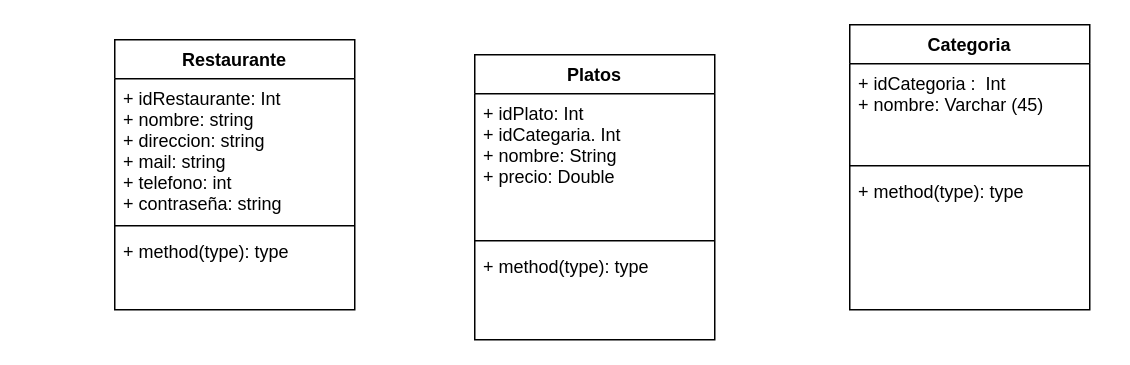
Above: DiagramaMvcResto/Diagrama.dio in alex171615/MVCResto-1 (draw.io), before the change. Source tidied: cells renumbered, new cells numbered last; positions are measured from the earlier drawing's top-left corner, leaving out a move shared by most shapes. Both pictures are drawn from the tidied source at 150%, with x=0, y=0 at pixel (114, 24).
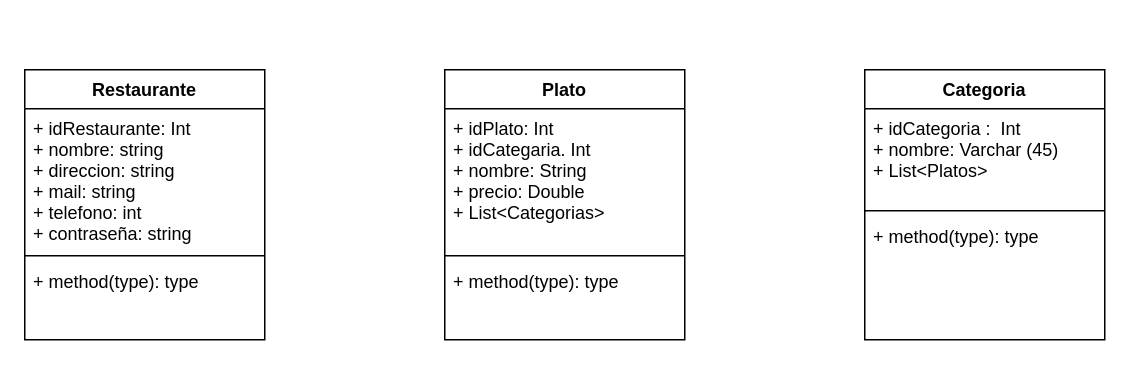
The same page after the edit.

What changed in the source:
```diff
@@
 <mxGraphModel>
   <root>
     <mxCell id="0" />
     <mxCell id="1" parent="0" />
-    <mxCell id="2" value="Platos" style="swimlane;fontStyle=1;align=center;verticalAlign=top;horizontal=1;startSize=26;" parent="1" vertex="1">
-      <mxGeometry x="240" y="20" width="160" height="190" as="geometry" />
+    <mxCell id="2" value="Plato" style="swimlane;fontStyle=1;align=center;verticalAlign=top;horizontal=1;startSize=26;" parent="1" vertex="1">
+      <mxGeometry x="220" y="30" width="160" height="180" as="geometry" />
     </mxCell>
-    <mxCell id="3" value="+ idPlato: Int &#10;+ idCategaria. Int &#10;+ nombre: String&#10;+ precio: Double&#10;" style="text;strokeColor=none;fillColor=none;align=left;verticalAlign=top;spacingLeft=4;spacingRight=4;overflow=hidden;" parent="2" vertex="1">
+    <mxCell id="3" value="+ idPlato: Int &#10;+ idCategaria. Int &#10;+ nombre: String&#10;+ precio: Double&#10;+ List&lt;Categorias&gt;" style="text;strokeColor=none;fillColor=none;align=left;verticalAlign=top;spacingLeft=4;spacingRight=4;overflow=hidden;" parent="2" vertex="1">
       <mxGeometry y="26" width="160" height="94" as="geometry" />
     </mxCell>
     <mxCell id="4" style="line;strokeWidth=1;fillColor=none;align=left;verticalAlign=middle;spacingTop=-1;spacingLeft=3;spacingRight=3;labelPosition=right;" parent="2" vertex="1">
       <mxGeometry y="120" width="160" height="8" as="geometry" />
     </mxCell>
     <mxCell id="5" value="+ method(type): type" style="text;strokeColor=none;fillColor=none;align=left;verticalAlign=top;spacingLeft=4;spacingRight=4;overflow=hidden;" parent="2" vertex="1">
-      <mxGeometry y="128" width="160" height="62" as="geometry" />
+      <mxGeometry y="128" width="160" height="52" as="geometry" />
     </mxCell>
     <mxCell id="6" value="Categoria" style="swimlane;fontStyle=1;align=center;verticalAlign=top;horizontal=1;startSize=26;" parent="1" vertex="1">
-      <mxGeometry x="490" width="160" height="190" as="geometry" />
+      <mxGeometry x="500" y="30" width="160" height="180" as="geometry" />
     </mxCell>
-    <mxCell id="7" value="+ idCategoria :  Int&#10;+ nombre: Varchar (45)" style="text;strokeColor=none;fillColor=none;align=left;verticalAlign=top;spacingLeft=4;spacingRight=4;overflow=hidden;" parent="6" vertex="1">
+    <mxCell id="7" value="+ idCategoria :  Int&#10;+ nombre: Varchar (45)&#10;+ List&lt;Platos&gt;" style="text;strokeColor=none;fillColor=none;align=left;verticalAlign=top;spacingLeft=4;spacingRight=4;overflow=hidden;" parent="6" vertex="1">
       <mxGeometry y="26" width="160" height="64" as="geometry" />
     </mxCell>
     <mxCell id="8" style="line;strokeWidth=1;fillColor=none;align=left;verticalAlign=middle;spacingTop=-1;spacingLeft=3;spacingRight=3;labelPosition=right;" parent="6" vertex="1">
       <mxGeometry y="90" width="160" height="8" as="geometry" />
     </mxCell>
     <mxCell id="9" value="+ method(type): type" style="text;strokeColor=none;fillColor=none;align=left;verticalAlign=top;spacingLeft=4;spacingRight=4;overflow=hidden;" parent="6" vertex="1">
-      <mxGeometry y="98" width="160" height="92" as="geometry" />
+      <mxGeometry y="98" width="160" height="82" as="geometry" />
     </mxCell>
     <mxCell id="10" value="Restaurante" style="swimlane;fontStyle=1;align=center;verticalAlign=top;horizontal=1;startSize=26;" parent="1" vertex="1">
-      <mxGeometry y="10" width="160" height="180" as="geometry" />
+      <mxGeometry x="-60" y="30" width="160" height="180" as="geometry" />
     </mxCell>
     <mxCell id="11" value="+ idRestaurante: Int &#10;+ nombre: string&#10;+ direccion: string&#10;+ mail: string&#10;+ telefono: int&#10;+ contraseña: string&#10;" style="text;strokeColor=none;fillColor=none;align=left;verticalAlign=top;spacingLeft=4;spacingRight=4;overflow=hidden;" parent="10" vertex="1">
       <mxGeometry y="26" width="160" height="94" as="geometry" />
     </mxCell>
     <mxCell id="12" style="line;strokeWidth=1;fillColor=none;align=left;verticalAlign=middle;spacingTop=-1;spacingLeft=3;spacingRight=3;labelPosition=right;" parent="10" vertex="1">
       <mxGeometry y="120" width="160" height="8" as="geometry" />
     </mxCell>
     <mxCell id="13" value="+ method(type): type" style="text;strokeColor=none;fillColor=none;align=left;verticalAlign=top;spacingLeft=4;spacingRight=4;overflow=hidden;" parent="10" vertex="1">
       <mxGeometry y="128" width="160" height="52" as="geometry" />
     </mxCell>
   </root>
 </mxGraphModel>
```
